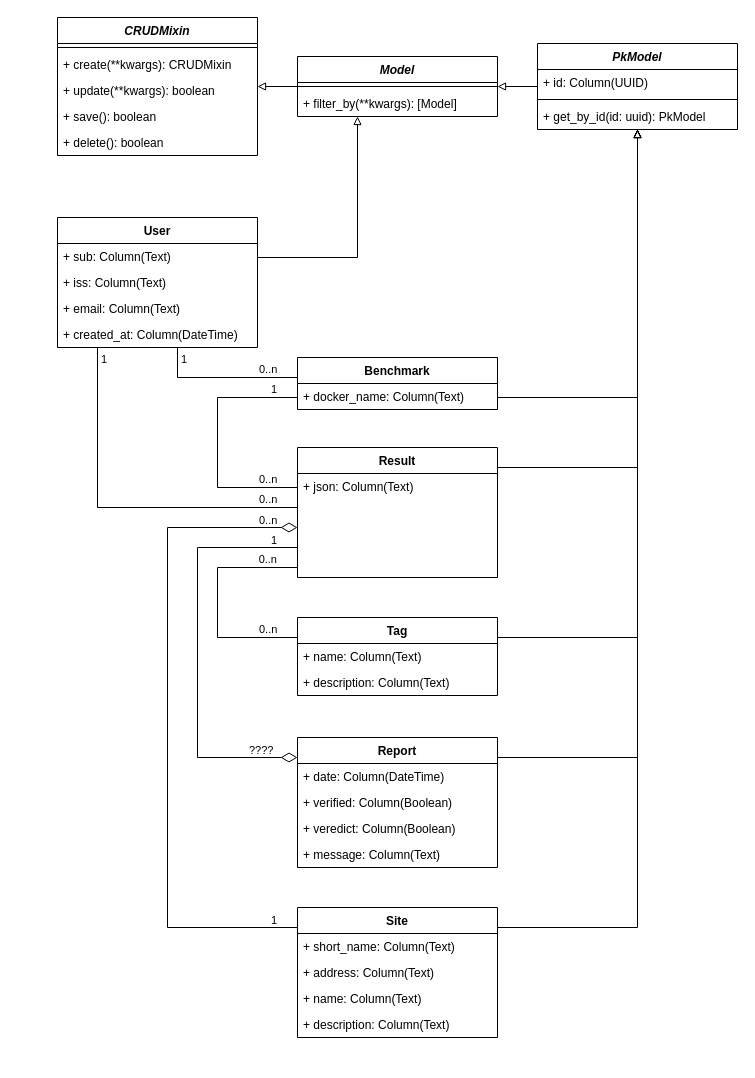
EOSC-synergy/eosc-perf keeps this draw.io diagram as docs/diagrams/classes/models.drawio. Above is the earlier version. Source tidied: cells renumbered, new cells numbered last; positions are measured from the earlier drawing's top-left corner, leaving out a move shared by most shapes. Both pictures are drawn from the tidied source at 100%, with x=0, y=0 at pixel (57, 17).
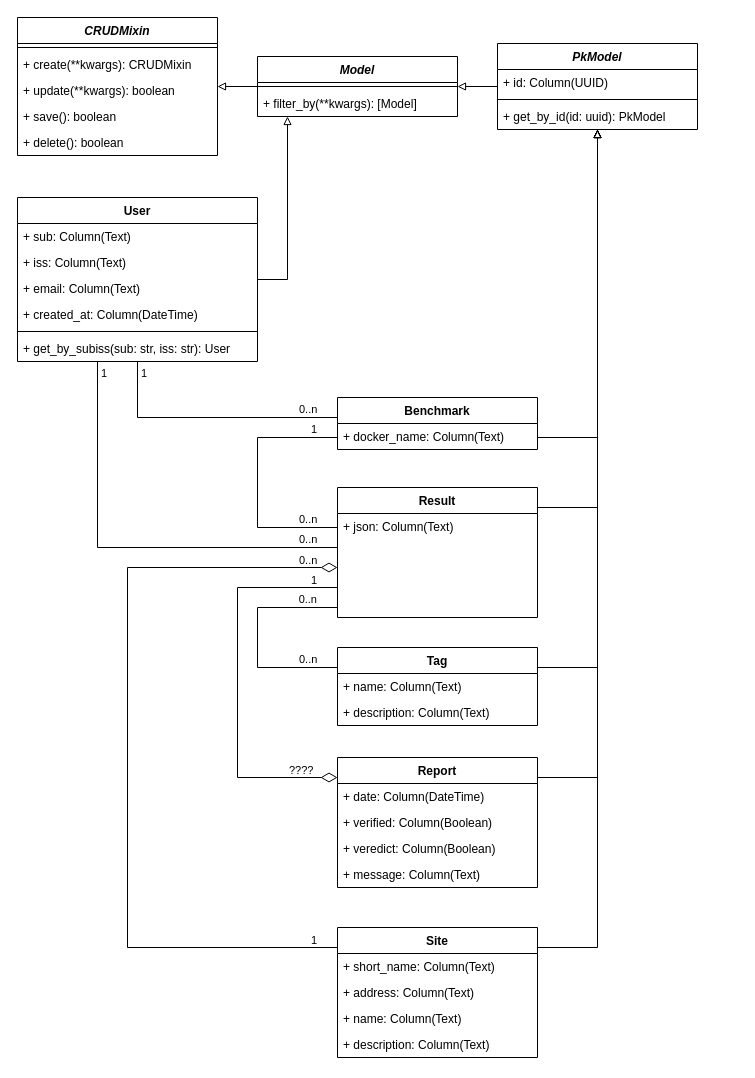
The same diagram, later.

Commit message:
Fix user methods

The edit, as a diff of the source:
```diff
@@
     <mxCell id="2" style="edgeStyle=orthogonalEdgeStyle;rounded=0;jettySize=auto;html=1;endArrow=block;endFill=0;" parent="1" edge="1" source="3" target="22">
       <mxGeometry relative="1" as="geometry">
         <Array as="points">
-          <mxPoint x="580" y="740" />
+          <mxPoint x="540" y="760" />
         </Array>
       </mxGeometry>
     </mxCell>
     <mxCell id="3" value="Report" style="swimlane;fontStyle=1;align=center;verticalAlign=top;horizontal=1;startSize=26;" parent="1" vertex="1">
-      <mxGeometry x="240" y="720" width="200" height="130" as="geometry" />
+      <mxGeometry x="280" y="740" width="200" height="130" as="geometry" />
     </mxCell>
@@
     <mxCell id="8" style="edgeStyle=orthogonalEdgeStyle;rounded=0;jettySize=auto;html=1;endArrow=block;endFill=0;" parent="1" edge="1" source="9" target="22">
       <mxGeometry relative="1" as="geometry">
         <Array as="points">
-          <mxPoint x="580" y="450" />
+          <mxPoint x="540" y="490" />
         </Array>
       </mxGeometry>
     </mxCell>
     <mxCell id="9" value="Result" style="swimlane;fontStyle=1;align=center;verticalAlign=top;horizontal=1;startSize=26;" parent="1" vertex="1">
-      <mxGeometry x="240" y="430" width="200" height="130" as="geometry" />
+      <mxGeometry x="280" y="470" width="200" height="130" as="geometry" />
     </mxCell>
@@
     <mxCell id="11" value="CRUDMixin" style="swimlane;fontStyle=3;align=center;verticalAlign=top;horizontal=1;startSize=26;" parent="1" vertex="1">
-      <mxGeometry width="200" height="138" as="geometry" />
+      <mxGeometry x="-40" width="200" height="138" as="geometry" />
     </mxCell>
@@
     <mxCell id="18" value="Model" style="swimlane;fontStyle=3;align=center;verticalAlign=top;horizontal=1;startSize=26;" parent="1" vertex="1">
-      <mxGeometry x="240" y="39" width="200" height="60" as="geometry" />
+      <mxGeometry x="200" y="39" width="200" height="60" as="geometry" />
     </mxCell>
@@
     <mxCell id="22" value="PkModel" style="swimlane;fontStyle=3;align=center;verticalAlign=top;horizontal=1;startSize=26;" parent="1" vertex="1">
-      <mxGeometry x="480" y="26" width="200" height="86" as="geometry" />
+      <mxGeometry x="440" y="26" width="200" height="86" as="geometry" />
     </mxCell>
@@
     <mxCell id="26" style="edgeStyle=orthogonalEdgeStyle;rounded=0;jettySize=auto;html=1;endArrow=block;endFill=0;" parent="1" edge="1" source="27" target="22">
       <mxGeometry relative="1" as="geometry">
         <Array as="points">
-          <mxPoint x="580" y="620" />
+          <mxPoint x="540" y="650" />
         </Array>
       </mxGeometry>
     </mxCell>
     <mxCell id="27" value="Tag" style="swimlane;fontStyle=1;align=center;verticalAlign=top;horizontal=1;startSize=26;" parent="1" vertex="1">
-      <mxGeometry x="240" y="600" width="200" height="78" as="geometry" />
+      <mxGeometry x="280" y="630" width="200" height="78" as="geometry" />
     </mxCell>
@@
     <mxCell id="30" style="edgeStyle=orthogonalEdgeStyle;rounded=0;jettySize=auto;html=1;endArrow=block;endFill=0;" parent="1" edge="1" source="31" target="22">
       <mxGeometry relative="1" as="geometry">
         <Array as="points">
-          <mxPoint x="580" y="910" />
+          <mxPoint x="540" y="930" />
         </Array>
       </mxGeometry>
     </mxCell>
     <mxCell id="31" value="Site" style="swimlane;fontStyle=1;align=center;verticalAlign=top;horizontal=1;startSize=26;" parent="1" vertex="1">
-      <mxGeometry x="240" y="890" width="200" height="130" as="geometry" />
+      <mxGeometry x="280" y="910" width="200" height="130" as="geometry" />
     </mxCell>
@@
     <mxCell id="36" style="edgeStyle=orthogonalEdgeStyle;rounded=0;jettySize=auto;html=1;endArrow=block;endFill=0;" parent="1" edge="1" source="37" target="22">
       <mxGeometry relative="1" as="geometry">
         <Array as="points">
-          <mxPoint x="580" y="380" />
+          <mxPoint x="540" y="420" />
         </Array>
       </mxGeometry>
     </mxCell>
     <mxCell id="37" value="Benchmark" style="swimlane;fontStyle=1;align=center;verticalAlign=top;horizontal=1;startSize=26;" parent="1" vertex="1">
-      <mxGeometry x="240" y="340" width="200" height="52" as="geometry" />
+      <mxGeometry x="280" y="380" width="200" height="52" as="geometry" />
     </mxCell>
@@
     <mxCell id="39" style="edgeStyle=orthogonalEdgeStyle;rounded=0;jettySize=auto;html=1;endArrow=block;endFill=0;" parent="1" edge="1" source="40" target="18">
       <mxGeometry relative="1" as="geometry">
         <Array as="points">
-          <mxPoint x="300" y="240" />
+          <mxPoint x="230" y="262" />
         </Array>
       </mxGeometry>
     </mxCell>
-    <mxCell id="40" value="User" style="swimlane;fontStyle=1;align=center;verticalAlign=top;horizontal=1;startSize=26;" parent="1" vertex="1">
-      <mxGeometry y="200" width="200" height="130" as="geometry" />
-    </mxCell>
-    <mxCell id="41" value="+ sub: Column(Text)" style="text;strokeColor=none;fillColor=none;align=left;verticalAlign=top;spacingLeft=4;spacingRight=4;overflow=hidden;" parent="40" vertex="1">
-      <mxGeometry y="26" width="200" height="26" as="geometry" />
-    </mxCell>
-    <mxCell id="42" value="+ iss: Column(Text)" style="text;strokeColor=none;fillColor=none;align=left;verticalAlign=top;spacingLeft=4;spacingRight=4;overflow=hidden;" parent="40" vertex="1">
-      <mxGeometry y="52" width="200" height="26" as="geometry" />
-    </mxCell>
-    <mxCell id="43" value="+ email: Column(Text)" style="text;strokeColor=none;fillColor=none;align=left;verticalAlign=top;spacingLeft=4;spacingRight=4;overflow=hidden;" parent="40" vertex="1">
-      <mxGeometry y="78" width="200" height="26" as="geometry" />
-    </mxCell>
-    <mxCell id="44" value="+ created_at: Column(DateTime)" style="text;strokeColor=none;fillColor=none;align=left;verticalAlign=top;spacingLeft=4;spacingRight=4;overflow=hidden;" parent="40" vertex="1">
-      <mxGeometry y="104" width="200" height="26" as="geometry" />
-    </mxCell>
     <mxCell id="45" style="endArrow=none;html=1;endSize=12;startArrow=diamondThin;startSize=14;startFill=0;edgeStyle=orthogonalEdgeStyle;endFill=0;rounded=0;" parent="1" edge="1" source="3" target="9">
       <mxGeometry relative="1" as="geometry">
         <Array as="points">
-          <mxPoint x="140" y="740" />
-          <mxPoint x="140" y="530" />
+          <mxPoint x="180" y="760" />
+          <mxPoint x="180" y="570" />
         </Array>
       </mxGeometry>
     </mxCell>
@@
     <mxCell id="48" style="endArrow=none;html=1;edgeStyle=orthogonalEdgeStyle;rounded=0;" parent="1" edge="1" source="27" target="9">
       <mxGeometry relative="1" as="geometry">
         <Array as="points">
-          <mxPoint x="160" y="620" />
-          <mxPoint x="160" y="550" />
+          <mxPoint x="200" y="650" />
+          <mxPoint x="200" y="590" />
         </Array>
       </mxGeometry>
     </mxCell>
@@
     <mxCell id="51" style="endArrow=none;html=1;edgeStyle=orthogonalEdgeStyle;rounded=0;" parent="1" edge="1" source="37" target="40">
       <mxGeometry relative="1" as="geometry">
         <Array as="points">
-          <mxPoint x="120" y="360" />
+          <mxPoint x="80" y="400" />
         </Array>
       </mxGeometry>
     </mxCell>
@@
     <mxCell id="54" style="endArrow=none;html=1;edgeStyle=orthogonalEdgeStyle;rounded=0;" parent="1" edge="1" source="9" target="37">
       <mxGeometry relative="1" as="geometry">
         <Array as="points">
-          <mxPoint x="160" y="470" />
-          <mxPoint x="160" y="380" />
+          <mxPoint x="200" y="510" />
+          <mxPoint x="200" y="420" />
         </Array>
       </mxGeometry>
     </mxCell>
@@
     <mxCell id="57" style="endArrow=none;html=1;edgeStyle=orthogonalEdgeStyle;rounded=0;" parent="1" edge="1" source="9" target="40">
       <mxGeometry relative="1" as="geometry">
         <Array as="points">
-          <mxPoint x="40" y="490" />
+          <mxPoint x="40" y="530" />
         </Array>
       </mxGeometry>
     </mxCell>
@@
     <mxCell id="60" style="endArrow=none;html=1;endSize=12;startArrow=diamondThin;startSize=14;startFill=0;edgeStyle=orthogonalEdgeStyle;endFill=0;rounded=0;" parent="1" edge="1" source="9" target="31">
       <mxGeometry relative="1" as="geometry">
         <Array as="points">
-          <mxPoint x="110" y="510" />
-          <mxPoint x="110" y="910" />
+          <mxPoint x="70" y="550" />
+          <mxPoint x="70" y="930" />
         </Array>
       </mxGeometry>
     </mxCell>
@@
+    <mxCell id="40" value="User" style="swimlane;fontStyle=1;align=center;verticalAlign=top;horizontal=1;startSize=26;" parent="1" vertex="1">
+      <mxGeometry x="-40" y="180" width="240" height="164" as="geometry" />
+    </mxCell>
+    <mxCell id="41" value="+ sub: Column(Text)" style="text;strokeColor=none;fillColor=none;align=left;verticalAlign=top;spacingLeft=4;spacingRight=4;overflow=hidden;" parent="40" vertex="1">
+      <mxGeometry y="26" width="240" height="26" as="geometry" />
+    </mxCell>
+    <mxCell id="42" value="+ iss: Column(Text)" style="text;strokeColor=none;fillColor=none;align=left;verticalAlign=top;spacingLeft=4;spacingRight=4;overflow=hidden;" parent="40" vertex="1">
+      <mxGeometry y="52" width="240" height="26" as="geometry" />
+    </mxCell>
+    <mxCell id="43" value="+ email: Column(Text)" style="text;strokeColor=none;fillColor=none;align=left;verticalAlign=top;spacingLeft=4;spacingRight=4;overflow=hidden;" parent="40" vertex="1">
+      <mxGeometry y="78" width="240" height="26" as="geometry" />
+    </mxCell>
+    <mxCell id="44" value="+ created_at: Column(DateTime)" style="text;strokeColor=none;fillColor=none;align=left;verticalAlign=top;spacingLeft=4;spacingRight=4;overflow=hidden;" parent="40" vertex="1">
+      <mxGeometry y="104" width="240" height="26" as="geometry" />
+    </mxCell>
+    <mxCell id="63" style="line;strokeWidth=1;fillColor=none;align=left;verticalAlign=middle;spacingTop=-1;spacingLeft=3;spacingRight=3;labelPosition=right;" parent="40" vertex="1">
+      <mxGeometry y="130" width="240" height="8" as="geometry" />
+    </mxCell>
+    <mxCell id="64" value="+ get_by_subiss(sub: str, iss: str): User" style="text;strokeColor=none;fillColor=none;align=left;verticalAlign=top;spacingLeft=4;spacingRight=4;overflow=hidden;" parent="40" vertex="1">
+      <mxGeometry y="138" width="240" height="26" as="geometry" />
+    </mxCell>
```
